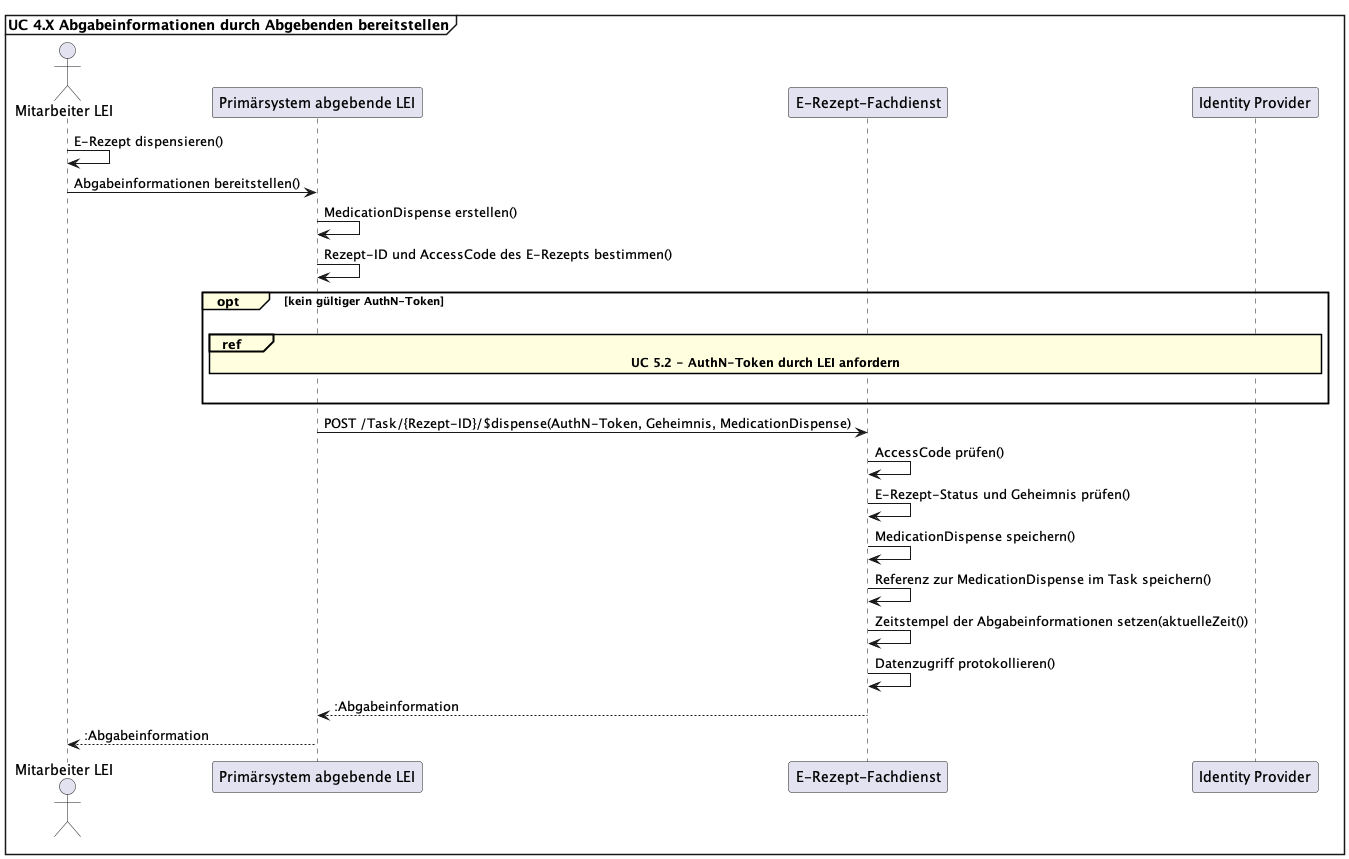
gematik/api-erp keeps this PlantUML diagram as images/puml_uc_abgabeinformationen_bereitstellen.png. Above is the earlier version.
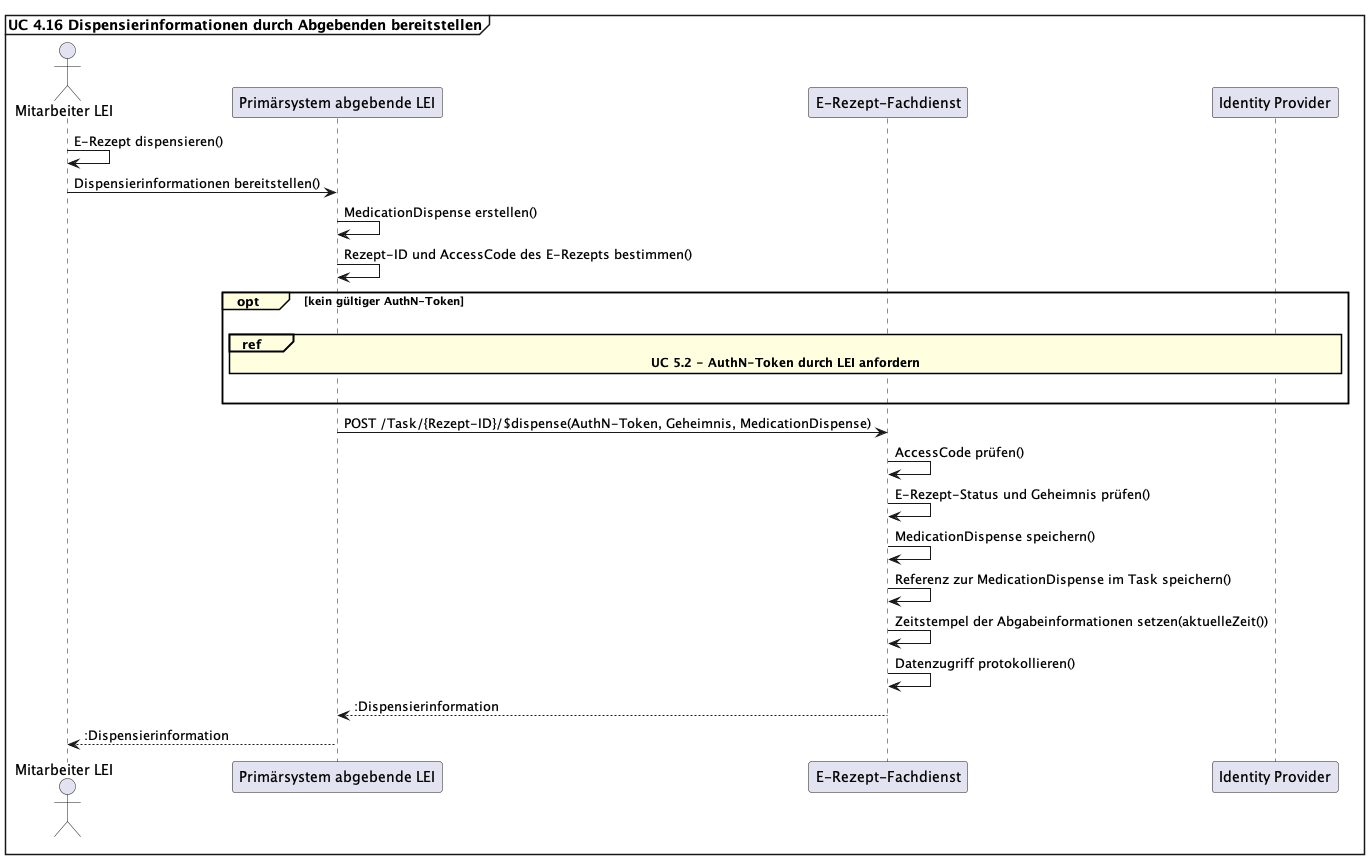
After the change.

Commit message:
update betitelung dispensierinformationen

What changed in the source:
```diff
@@ -1,6 +1,6 @@
-@startuml Abgabeinformationen bereitstellen
+@startuml Dispensierinformationen bereitstellen
 skinparam sequenceReferenceBackgroundColor LightYellow
-mainframe **UC 4.X Abgabeinformationen durch Abgebenden bereitstellen**
+mainframe **UC 4.16 Dispensierinformationen durch Abgebenden bereitstellen**
 
 actor "Mitarbeiter LEI" as Apotheker
 participant "Primärsystem abgebende LEI" as AVS
@@ -8,7 +8,7 @@
 participant "Identity Provider" as IDP
 
 Apotheker -> Apotheker: E-Rezept dispensieren()
-Apotheker -> AVS: Abgabeinformationen bereitstellen()
+Apotheker -> AVS: Dispensierinformationen bereitstellen()
 AVS -> AVS: MedicationDispense erstellen()
 AVS -> AVS: Rezept-ID und AccessCode des E-Rezepts bestimmen()
 opt#LightYellow kein gültiger AuthN-Token
@@ -24,7 +24,7 @@
 FD -> FD: Referenz zur MedicationDispense im Task speichern()
 FD -> FD: Zeitstempel der Abgabeinformationen setzen(aktuelleZeit())
 FD -> FD: Datenzugriff protokollieren()
-FD --> AVS: :Abgabeinformation
-AVS --> Apotheker: :Abgabeinformation
+FD --> AVS: :Dispensierinformation
+AVS --> Apotheker: :Dispensierinformation
 
 @enduml
```
